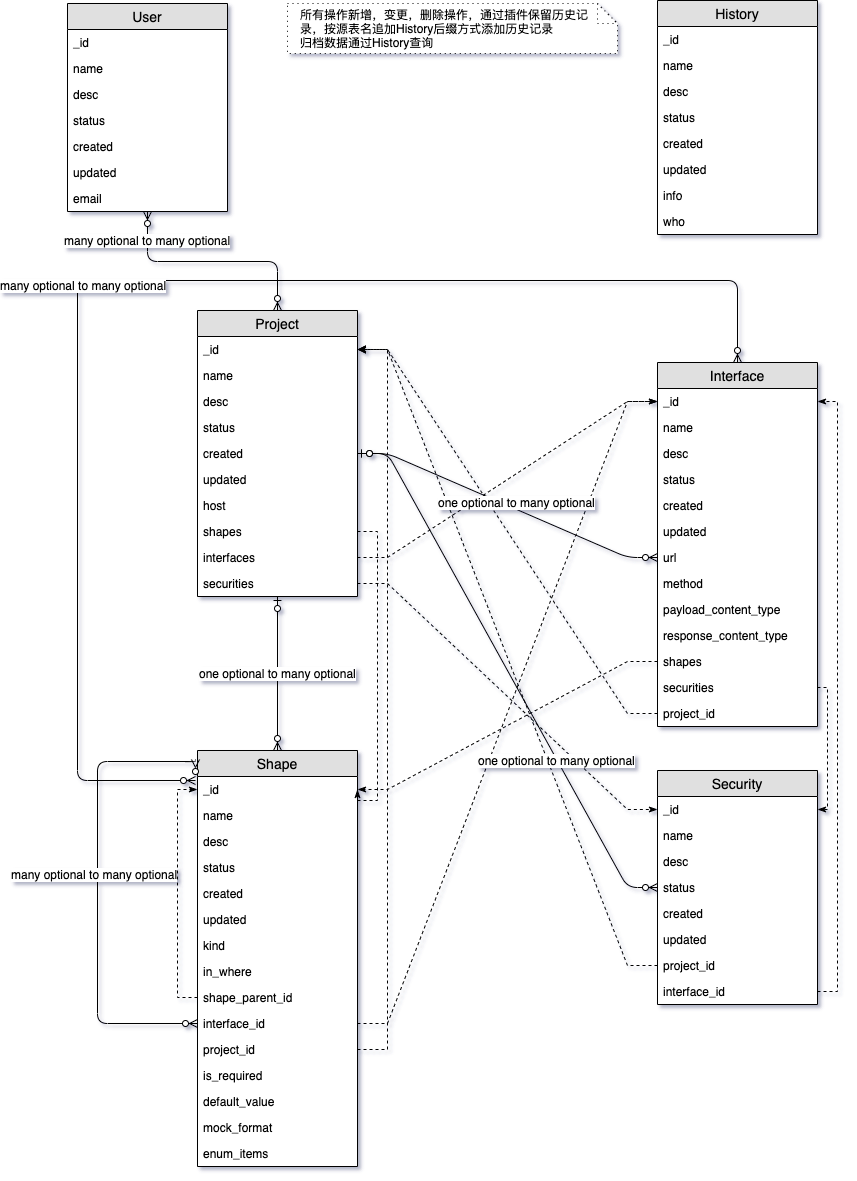
This is apiplatform/apischema.png from 0851/draw, a draw.io export, as it was before one commit. Source tidied: cells renumbered, new cells last; positions are measured from the earlier drawing's top-left corner, leaving out a move shared by most shapes.
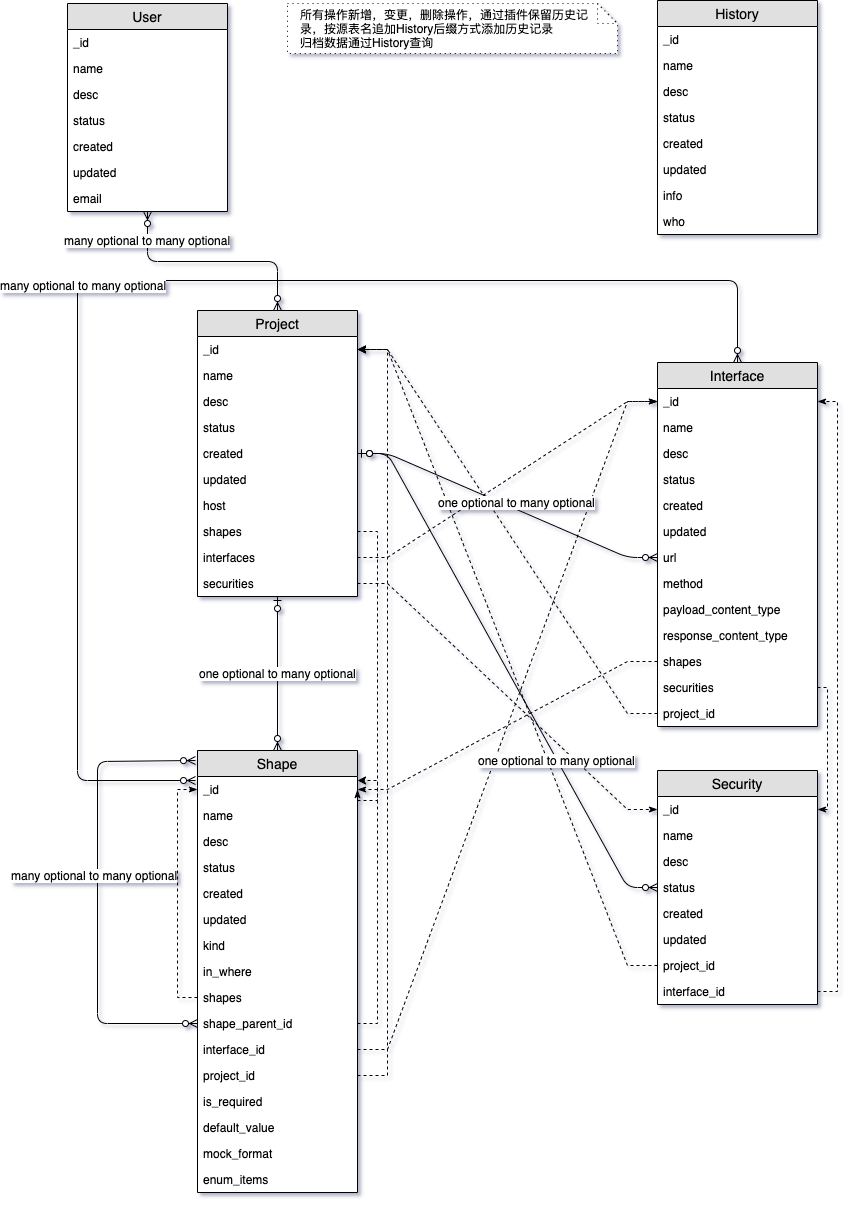
After the change.

What changed in the source:
```diff
@@ -75,7 +75,7 @@
       <mxGeometry y="338" width="160" height="26" as="geometry" />
     </mxCell>
     <mxCell id="26" value="Shape" style="swimlane;fontStyle=0;horizontal=1;startSize=26;fillColor=#e0e0e0;swimlaneFillColor=#ffffff;align=center;fontSize=14;" parent="1" vertex="1">
-      <mxGeometry x="130" y="750" width="160" height="416" as="geometry" />
+      <mxGeometry x="130" y="750" width="160" height="442" as="geometry" />
     </mxCell>
     <mxCell id="27" value="_id" style="text;strokeColor=none;fillColor=none;spacingLeft=4;spacingRight=4;overflow=hidden;points=[[0,0.5],[1,0.5]];portConstraint=eastwest;fontSize=12;" parent="26" vertex="1">
       <mxGeometry y="26" width="160" height="26" as="geometry" />
@@ -104,11 +104,17 @@
     <mxCell id="35" style="rounded=0;jettySize=auto;html=1;exitX=0;exitY=0.5;exitDx=0;exitDy=0;entryX=0;entryY=0.5;entryDx=0;entryDy=0;endArrow=classicThin;endFill=1;edgeStyle=orthogonalEdgeStyle;dashed=1;" parent="26" edge="1" source="36" target="27">
       <mxGeometry relative="1" as="geometry" />
     </mxCell>
-    <mxCell id="36" value="shape_parent_id" style="text;strokeColor=none;fillColor=none;spacingLeft=4;spacingRight=4;overflow=hidden;points=[[0,0.5],[1,0.5]];portConstraint=eastwest;fontSize=12;" parent="26" vertex="1">
+    <mxCell id="36" value="shapes" style="text;strokeColor=none;fillColor=none;spacingLeft=4;spacingRight=4;overflow=hidden;points=[[0,0.5],[1,0.5]];portConstraint=eastwest;fontSize=12;" parent="26" vertex="1">
       <mxGeometry y="234" width="160" height="26" as="geometry" />
     </mxCell>
+    <mxCell id="89" style="edgeStyle=orthogonalEdgeStyle;rounded=0;jettySize=auto;html=1;exitX=1;exitY=0.5;exitDx=0;exitDy=0;entryX=1;entryY=0.154;entryDx=0;entryDy=0;entryPerimeter=0;dashed=1;" parent="26" edge="1" source="90" target="27">
+      <mxGeometry relative="1" as="geometry" />
+    </mxCell>
+    <mxCell id="90" value="shape_parent_id" style="text;strokeColor=none;fillColor=none;spacingLeft=4;spacingRight=4;overflow=hidden;points=[[0,0.5],[1,0.5]];portConstraint=eastwest;fontSize=12;" parent="26" vertex="1">
+      <mxGeometry y="260" width="160" height="26" as="geometry" />
+    </mxCell>
     <mxCell id="37" value="interface_id" style="text;strokeColor=none;fillColor=none;spacingLeft=4;spacingRight=4;overflow=hidden;points=[[0,0.5],[1,0.5]];portConstraint=eastwest;fontSize=12;" parent="26" vertex="1">
-      <mxGeometry y="260" width="160" height="26" as="geometry" />
+      <mxGeometry y="286" width="160" height="26" as="geometry" />
     </mxCell>
     <mxCell id="38" style="fontSize=12;html=1;endArrow=ERzeroToMany;endFill=1;startArrow=ERzeroToMany;entryX=-0.012;entryY=0.022;entryDx=0;entryDy=0;entryPerimeter=0;exitX=0;exitY=0.5;exitDx=0;exitDy=0;edgeStyle=orthogonalEdgeStyle;" parent="26" edge="1" target="26">
       <mxGeometry relative="1" as="geometry">
@@ -123,19 +129,19 @@
       <mxGeometry x="0.08" y="4" relative="1" as="geometry" />
     </mxCell>
     <mxCell id="40" value="project_id" style="text;strokeColor=none;fillColor=none;spacingLeft=4;spacingRight=4;overflow=hidden;points=[[0,0.5],[1,0.5]];portConstraint=eastwest;fontSize=12;" parent="26" vertex="1">
-      <mxGeometry y="286" width="160" height="26" as="geometry" />
+      <mxGeometry y="312" width="160" height="26" as="geometry" />
     </mxCell>
     <mxCell id="41" value="is_required" style="text;strokeColor=none;fillColor=none;spacingLeft=4;spacingRight=4;overflow=hidden;fontSize=12;" parent="26" vertex="1">
-      <mxGeometry y="312" width="160" height="26" as="geometry" />
+      <mxGeometry y="338" width="160" height="26" as="geometry" />
     </mxCell>
     <mxCell id="42" value="default_value" style="text;strokeColor=none;fillColor=none;spacingLeft=4;spacingRight=4;overflow=hidden;fontSize=12;" parent="26" vertex="1">
-      <mxGeometry y="338" width="160" height="26" as="geometry" />
+      <mxGeometry y="364" width="160" height="26" as="geometry" />
     </mxCell>
     <mxCell id="43" value="mock_format" style="text;strokeColor=none;fillColor=none;spacingLeft=4;spacingRight=4;overflow=hidden;fontSize=12;" parent="26" vertex="1">
-      <mxGeometry y="364" width="160" height="26" as="geometry" />
+      <mxGeometry y="390" width="160" height="26" as="geometry" />
     </mxCell>
     <mxCell id="44" value="enum_items" style="text;strokeColor=none;fillColor=none;spacingLeft=4;spacingRight=4;overflow=hidden;fontSize=12;" parent="26" vertex="1">
-      <mxGeometry y="390" width="160" height="26" as="geometry" />
+      <mxGeometry y="416" width="160" height="26" as="geometry" />
     </mxCell>
     <mxCell id="45" value="Project" style="swimlane;fontStyle=0;horizontal=1;startSize=26;fillColor=#e0e0e0;swimlaneFillColor=#ffffff;align=center;fontSize=14;" parent="1" vertex="1">
       <mxGeometry x="130" y="310" width="160" height="286" as="geometry" />
```
